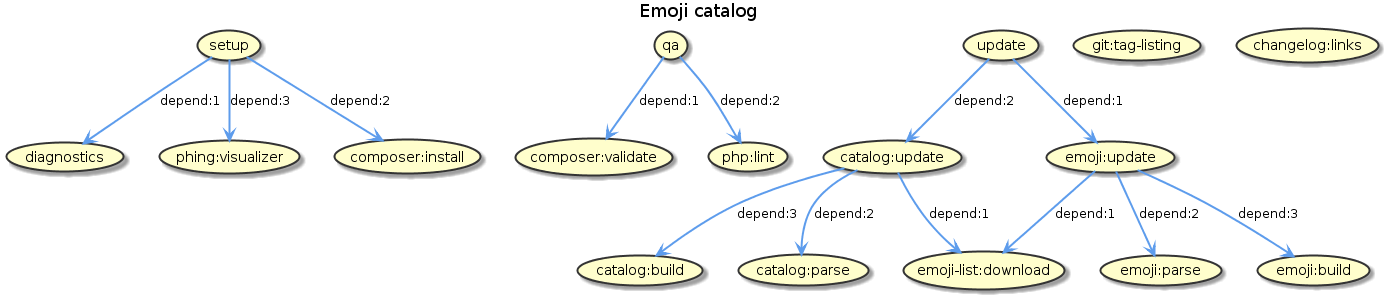
Earlier version of the PlantUML export build.png (jawira/emoji-catalog).
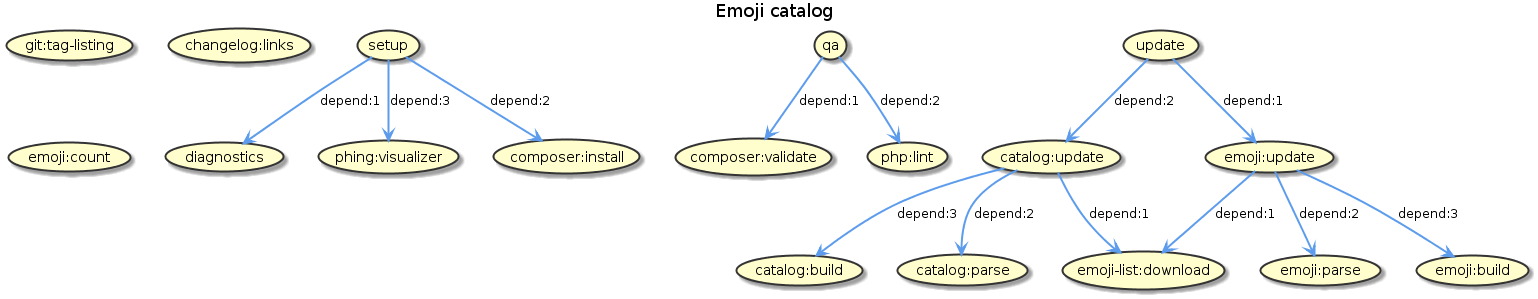
Above is the later version.

Change to the diagram source:
```diff
@@ -24,6 +24,7 @@
 (catalog:parse)
 (catalog:build)
 (php:lint)
+(emoji:count)
 
 
 (setup) -[#5D9CEC]-> (diagnostics) : depend:1
```
